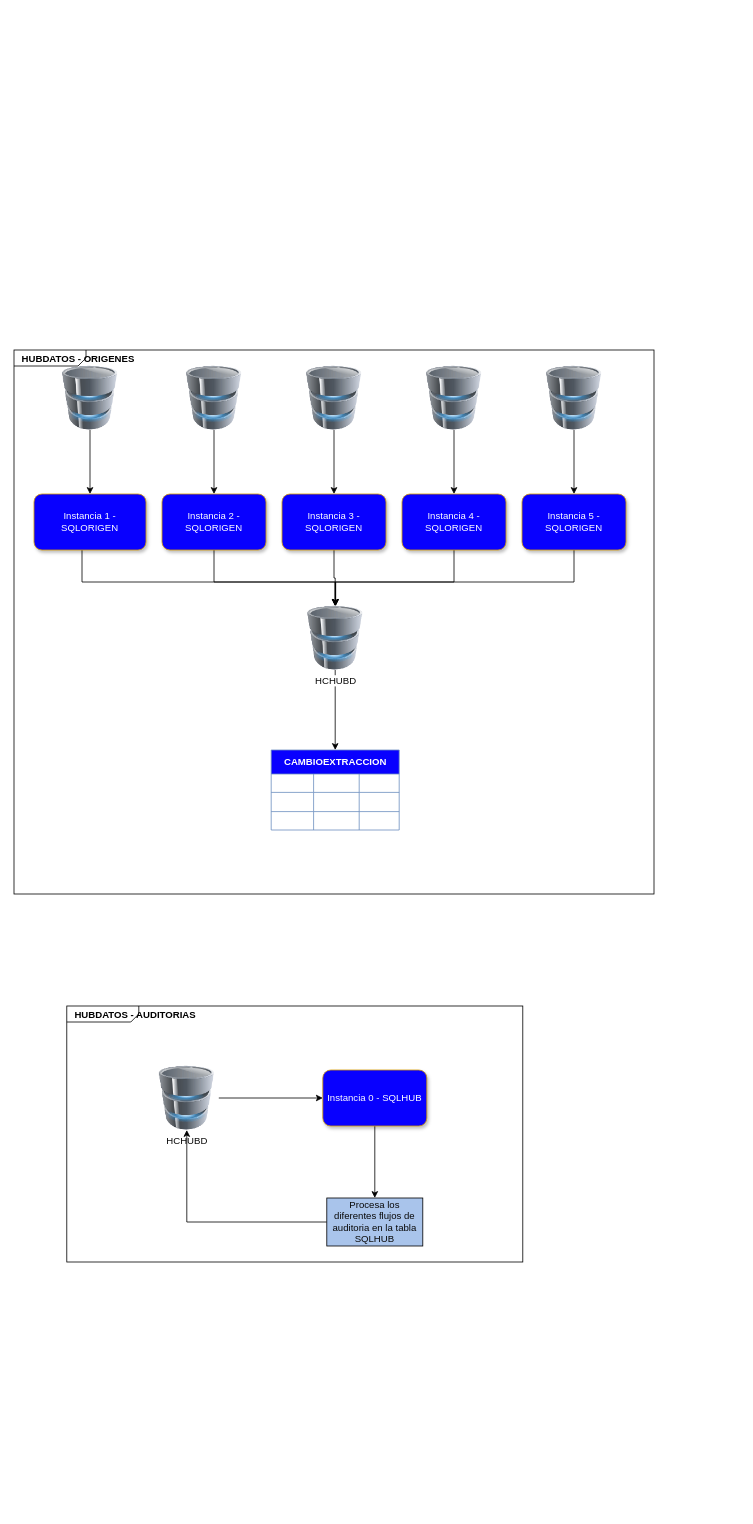
This is HUBDATOS_V1.drawio from darkarand92/Diagramas-Integracion, a draw.io file, before an edit. Source tidied: cells renumbered, new cells numbered last; positions are measured from the earlier drawing's top-left corner, leaving out a move shared by most shapes. Both pictures are drawn from the tidied source at 80%, with x=0, y=0 at pixel (14, 350).
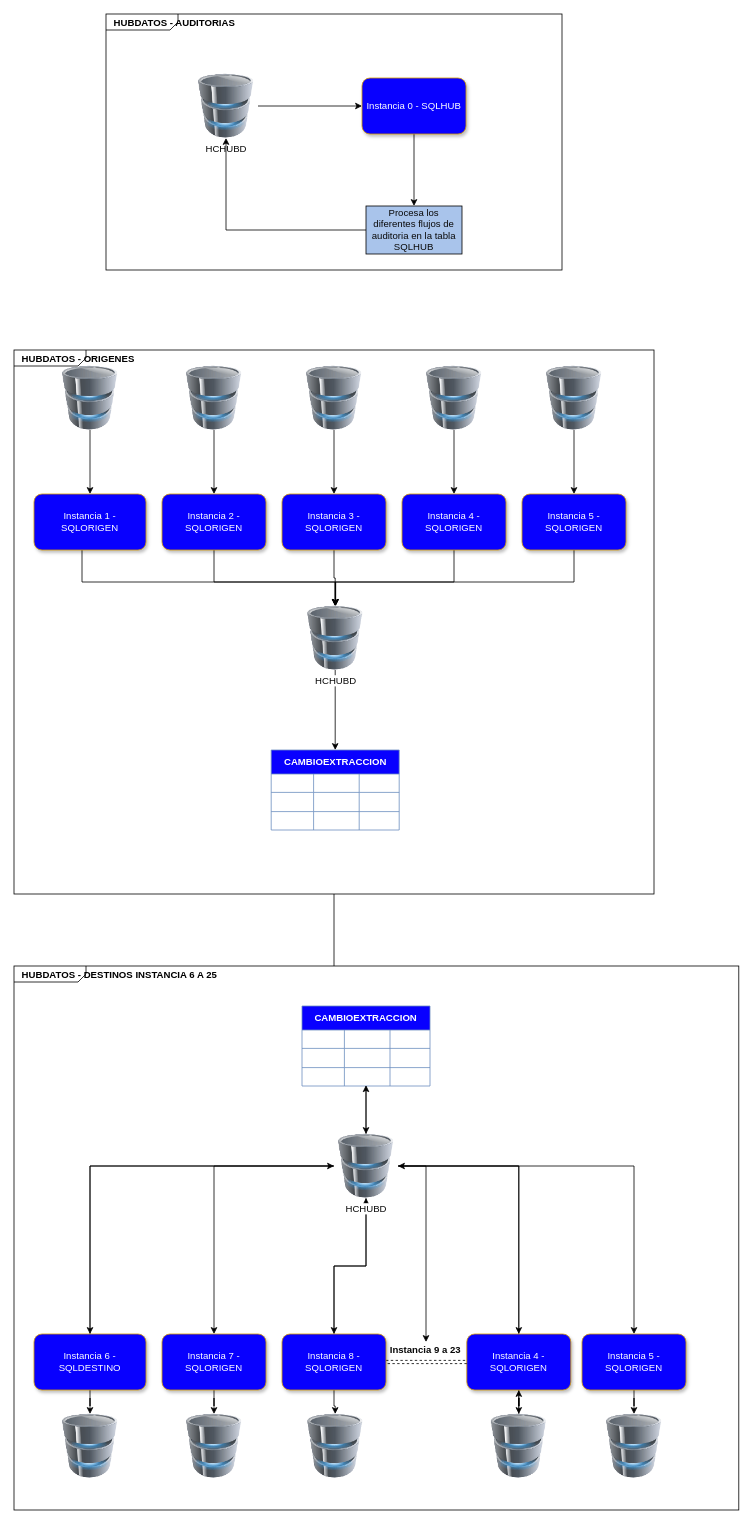
Above is the later version.

The change refers to these unchanged cells:
```xml
<mxCell id="2" value="&lt;p style=&quot;margin: 0px ; margin-top: 4px ; margin-left: 10px ; text-align: left&quot;&gt;&lt;b&gt;HUBDATOS - ORIGENES&lt;/b&gt;&lt;/p&gt;&lt;p style=&quot;margin: 0px ; margin-top: 4px ; margin-left: 10px ; text-align: left&quot;&gt;&lt;b&gt;&lt;br&gt;&lt;/b&gt;&lt;/p&gt;" style="html=1;shape=mxgraph.sysml.package;xSize=90;align=left;spacingLeft=10;overflow=fill;strokeWidth=1;" parent="1" vertex="1">
  <mxGeometry width="800" height="680" as="geometry" />
</mxCell>
```

The edit, as a diff of the source:
```diff
@@
+    <mxCell id="45" style="edgeStyle=orthogonalEdgeStyle;rounded=0;jettySize=auto;html=1;fontColor=#0A0A0A;" parent="1" edge="1" source="2" target="84">
+      <mxGeometry relative="1" as="geometry" />
+    </mxCell>
@@
     <mxCell id="28" value="&lt;p style=&quot;margin: 0px ; margin-top: 4px ; margin-left: 10px ; text-align: left&quot;&gt;&lt;b&gt;HUBDATOS - AUDITORIAS&lt;/b&gt;&lt;/p&gt;&lt;p style=&quot;margin: 0px ; margin-top: 4px ; margin-left: 10px ; text-align: left&quot;&gt;&lt;b&gt;&lt;br&gt;&lt;/b&gt;&lt;/p&gt;" style="html=1;shape=mxgraph.sysml.package;xSize=90;align=left;spacingLeft=10;overflow=fill;strokeWidth=1;" parent="1" vertex="1">
-      <mxGeometry x="66" y="820" width="570" height="320" as="geometry" />
+      <mxGeometry x="115" y="-420" width="570" height="320" as="geometry" />
     </mxCell>
@@
     <mxCell id="30" value="&lt;font color=&quot;#ffffff&quot;&gt;Instancia 0 - SQLHUB&lt;/font&gt;" style="html=1;outlineConnect=0;whiteSpace=wrap;shape=mxgraph.archimate3.application;archiType=rounded;strokeColor=#d79b00;sketch=0;shadow=1;fillColor=#0800FF;" parent="1" vertex="1">
-      <mxGeometry x="386" y="900" width="130" height="70" as="geometry" />
+      <mxGeometry x="435" y="-340" width="130" height="70" as="geometry" />
     </mxCell>
@@
     <mxCell id="42" value="HCHUBD" style="image;html=1;image=img/lib/clip_art/computers/Database_128x128.png;fillColor=#0800FF;gradientColor=#0800FF;fontColor=#0A0A0A;" parent="1" vertex="1">
-      <mxGeometry x="176" y="895" width="80" height="80" as="geometry" />
+      <mxGeometry x="225" y="-345" width="80" height="80" as="geometry" />
     </mxCell>
@@
     <mxCell id="44" value="&lt;span&gt;Procesa los diferentes flujos de auditoria en la tabla SQLHUB&lt;/span&gt;" style="rounded=0;whiteSpace=wrap;html=1;fontColor=#0A0A0A;gradientColor=#A9C4EB;fillColor=#A9C4EB;" parent="1" vertex="1">
-      <mxGeometry x="391" y="1060" width="120" height="60" as="geometry" />
+      <mxGeometry x="440" y="-180" width="120" height="60" as="geometry" />
     </mxCell>
+    <mxCell id="46" value="&lt;p style=&quot;margin: 0px ; margin-top: 4px ; margin-left: 10px ; text-align: left&quot;&gt;&lt;b&gt;HUBDATOS - DESTINOS INSTANCIA 6 A 25&lt;/b&gt;&lt;/p&gt;&lt;p style=&quot;margin: 0px ; margin-top: 4px ; margin-left: 10px ; text-align: left&quot;&gt;&lt;b&gt;&lt;br&gt;&lt;/b&gt;&lt;/p&gt;" style="html=1;shape=mxgraph.sysml.package;xSize=90;align=left;spacingLeft=10;overflow=fill;strokeWidth=1;" parent="1" vertex="1">
+      <mxGeometry y="770" width="906" height="680" as="geometry" />
+    </mxCell>
+    <mxCell id="47" style="edgeStyle=orthogonalEdgeStyle;rounded=0;jettySize=auto;html=1;fontColor=#0A0A0A;" parent="1" edge="1" source="49" target="88">
+      <mxGeometry relative="1" as="geometry" />
+    </mxCell>
+    <mxCell id="48" style="edgeStyle=orthogonalEdgeStyle;rounded=0;jettySize=auto;html=1;entryX=0;entryY=0.5;entryDx=0;entryDy=0;fontColor=#0A0A0A;" parent="1" edge="1" source="49" target="82">
+      <mxGeometry relative="1" as="geometry">
+        <Array as="points">
+          <mxPoint x="95" y="1020" />
+        </Array>
+      </mxGeometry>
+    </mxCell>
+    <mxCell id="49" value="&lt;font color=&quot;#ffffff&quot;&gt;Instancia 6 - SQLDESTINO&lt;/font&gt;" style="html=1;outlineConnect=0;whiteSpace=wrap;shape=mxgraph.archimate3.application;archiType=rounded;strokeColor=#d79b00;sketch=0;shadow=1;fillColor=#0800FF;" parent="1" vertex="1">
+      <mxGeometry x="25" y="1230" width="140" height="70" as="geometry" />
+    </mxCell>
+    <mxCell id="50" style="edgeStyle=orthogonalEdgeStyle;rounded=0;jettySize=auto;html=1;fontColor=#0A0A0A;" parent="1" edge="1" source="52" target="86">
+      <mxGeometry relative="1" as="geometry" />
+    </mxCell>
+    <mxCell id="51" style="edgeStyle=orthogonalEdgeStyle;rounded=0;jettySize=auto;html=1;entryX=1;entryY=0.5;entryDx=0;entryDy=0;fontColor=#0A0A0A;" parent="1" edge="1" source="52" target="82">
+      <mxGeometry relative="1" as="geometry">
+        <Array as="points">
+          <mxPoint x="631" y="1020" />
+        </Array>
+      </mxGeometry>
+    </mxCell>
+    <mxCell id="52" value="&lt;span style=&quot;color: rgb(255 , 255 , 255)&quot;&gt;Instancia 4 - SQLORIGEN&lt;/span&gt;" style="html=1;outlineConnect=0;whiteSpace=wrap;shape=mxgraph.archimate3.application;archiType=rounded;strokeColor=#d79b00;sketch=0;shadow=1;fillColor=#0800FF;" parent="1" vertex="1">
+      <mxGeometry x="566" y="1230" width="130" height="70" as="geometry" />
+    </mxCell>
+    <mxCell id="53" style="edgeStyle=orthogonalEdgeStyle;rounded=0;jettySize=auto;html=1;entryX=0.5;entryY=0;entryDx=0;entryDy=0;fontColor=#0A0A0A;" parent="1" edge="1" source="56" target="84">
+      <mxGeometry relative="1" as="geometry" />
+    </mxCell>
+    <mxCell id="54" style="edgeStyle=orthogonalEdgeStyle;rounded=0;jettySize=auto;html=1;fontColor=#0A0A0A;shape=link;dashed=1;" parent="1" edge="1" source="56" target="52">
+      <mxGeometry relative="1" as="geometry" />
+    </mxCell>
+    <mxCell id="55" style="edgeStyle=orthogonalEdgeStyle;rounded=0;jettySize=auto;html=1;entryX=0.5;entryY=1;entryDx=0;entryDy=0;fontColor=#0A0A0A;" parent="1" edge="1" source="56" target="82">
+      <mxGeometry relative="1" as="geometry" />
+    </mxCell>
+    <mxCell id="56" value="&lt;span style=&quot;color: rgb(255 , 255 , 255)&quot;&gt;Instancia 8 - SQLORIGEN&lt;/span&gt;" style="html=1;outlineConnect=0;whiteSpace=wrap;shape=mxgraph.archimate3.application;archiType=rounded;strokeColor=#d79b00;sketch=0;shadow=1;fillColor=#0800FF;" parent="1" vertex="1">
+      <mxGeometry x="335" y="1230" width="130" height="70" as="geometry" />
+    </mxCell>
+    <mxCell id="57" style="edgeStyle=orthogonalEdgeStyle;rounded=0;jettySize=auto;html=1;fontColor=#0A0A0A;" parent="1" edge="1" source="58" target="83">
+      <mxGeometry relative="1" as="geometry" />
+    </mxCell>
+    <mxCell id="58" value="&lt;span style=&quot;color: rgb(255 , 255 , 255)&quot;&gt;Instancia 7 - SQLORIGEN&lt;/span&gt;" style="html=1;outlineConnect=0;whiteSpace=wrap;shape=mxgraph.archimate3.application;archiType=rounded;strokeColor=#d79b00;sketch=0;shadow=1;fillColor=#0800FF;" parent="1" vertex="1">
+      <mxGeometry x="185" y="1230" width="130" height="70" as="geometry" />
+    </mxCell>
+    <mxCell id="59" style="edgeStyle=orthogonalEdgeStyle;rounded=0;jettySize=auto;html=1;fontColor=#0A0A0A;" parent="1" edge="1" source="60" target="87">
+      <mxGeometry relative="1" as="geometry" />
+    </mxCell>
+    <mxCell id="60" value="&lt;span style=&quot;color: rgb(255 , 255 , 255)&quot;&gt;Instancia 5 - SQLORIGEN&lt;/span&gt;" style="html=1;outlineConnect=0;whiteSpace=wrap;shape=mxgraph.archimate3.application;archiType=rounded;strokeColor=#d79b00;sketch=0;shadow=1;fillColor=#0800FF;" parent="1" vertex="1">
+      <mxGeometry x="710" y="1230" width="130" height="70" as="geometry" />
+    </mxCell>
+    <mxCell id="61" style="edgeStyle=orthogonalEdgeStyle;rounded=0;jettySize=auto;html=1;fontColor=#0A0A0A;" parent="1" edge="1" source="62" target="82">
+      <mxGeometry relative="1" as="geometry" />
+    </mxCell>
+    <mxCell id="62" value="CAMBIOEXTRACCION" style="shape=table;html=1;whiteSpace=wrap;startSize=30;childLayout=tableLayout;fontStyle=1;align=center;strokeColor=#6c8ebf;gradientColor=#0800FF;fillColor=#0800FF;fontColor=#FFFFFF;" parent="1" vertex="1">
+      <mxGeometry x="360" y="820" width="160" height="100" as="geometry" />
+    </mxCell>
+    <mxCell id="63" style="shape=partialRectangle;html=1;whiteSpace=wrap;fillColor=none;top=0;left=0;bottom=0;right=0;" parent="62" vertex="1">
+      <mxGeometry y="30" width="160" height="23" as="geometry" />
+    </mxCell>
+    <mxCell id="64" style="shape=partialRectangle;html=1;whiteSpace=wrap;fillColor=none;top=0;left=0;bottom=0;right=0;overflow=hidden;" parent="63" vertex="1">
+      <mxGeometry width="53" height="23" as="geometry" />
+    </mxCell>
+    <mxCell id="65" style="shape=partialRectangle;html=1;whiteSpace=wrap;fillColor=none;top=0;left=0;bottom=0;right=0;overflow=hidden;" parent="63" vertex="1">
+      <mxGeometry x="53" width="57" height="23" as="geometry" />
+    </mxCell>
+    <mxCell id="66" style="shape=partialRectangle;html=1;whiteSpace=wrap;fillColor=none;top=0;left=0;bottom=0;right=0;overflow=hidden;" parent="63" vertex="1">
+      <mxGeometry x="110" width="50" height="23" as="geometry" />
+    </mxCell>
+    <mxCell id="67" style="shape=partialRectangle;html=1;whiteSpace=wrap;fillColor=none;top=0;left=0;bottom=0;right=0;" parent="62" vertex="1">
+      <mxGeometry y="53" width="160" height="24" as="geometry" />
+    </mxCell>
+    <mxCell id="68" style="shape=partialRectangle;html=1;whiteSpace=wrap;fillColor=none;top=0;left=0;bottom=0;right=0;overflow=hidden;" parent="67" vertex="1">
+      <mxGeometry width="53" height="24" as="geometry" />
+    </mxCell>
+    <mxCell id="69" style="shape=partialRectangle;html=1;whiteSpace=wrap;fillColor=none;top=0;left=0;bottom=0;right=0;overflow=hidden;" parent="67" vertex="1">
+      <mxGeometry x="53" width="57" height="24" as="geometry" />
+    </mxCell>
+    <mxCell id="70" style="shape=partialRectangle;html=1;whiteSpace=wrap;fillColor=none;top=0;left=0;bottom=0;right=0;overflow=hidden;" parent="67" vertex="1">
+      <mxGeometry x="110" width="50" height="24" as="geometry" />
+    </mxCell>
+    <mxCell id="71" style="shape=partialRectangle;html=1;whiteSpace=wrap;fillColor=none;top=0;left=0;bottom=0;right=0;points=[[0,0.5],[1,0.5]];portConstraint=eastwest;" parent="62" vertex="1">
+      <mxGeometry y="77" width="160" height="23" as="geometry" />
+    </mxCell>
+    <mxCell id="72" style="shape=partialRectangle;html=1;whiteSpace=wrap;fillColor=none;top=0;left=0;bottom=0;right=0;overflow=hidden;" parent="71" vertex="1">
+      <mxGeometry width="53" height="23" as="geometry" />
+    </mxCell>
+    <mxCell id="73" style="shape=partialRectangle;html=1;whiteSpace=wrap;fillColor=none;top=0;left=0;bottom=0;right=0;overflow=hidden;" parent="71" vertex="1">
+      <mxGeometry x="53" width="57" height="23" as="geometry" />
+    </mxCell>
+    <mxCell id="74" style="shape=partialRectangle;html=1;whiteSpace=wrap;fillColor=none;top=0;left=0;bottom=0;right=0;overflow=hidden;" parent="71" vertex="1">
+      <mxGeometry x="110" width="50" height="23" as="geometry" />
+    </mxCell>
+    <mxCell id="75" style="edgeStyle=orthogonalEdgeStyle;rounded=0;jettySize=auto;html=1;entryX=0.5;entryY=0.957;entryDx=0;entryDy=0;entryPerimeter=0;fontColor=#0A0A0A;" parent="1" edge="1" source="82" target="71">
+      <mxGeometry relative="1" as="geometry" />
+    </mxCell>
+    <mxCell id="76" style="edgeStyle=orthogonalEdgeStyle;rounded=0;jettySize=auto;html=1;fontColor=#0A0A0A;" parent="1" edge="1" source="82" target="49">
+      <mxGeometry relative="1" as="geometry" />
+    </mxCell>
+    <mxCell id="77" style="edgeStyle=orthogonalEdgeStyle;rounded=0;jettySize=auto;html=1;fontColor=#0A0A0A;" parent="1" edge="1" source="82" target="58">
+      <mxGeometry relative="1" as="geometry" />
+    </mxCell>
+    <mxCell id="78" style="edgeStyle=orthogonalEdgeStyle;rounded=0;jettySize=auto;html=1;fontColor=#0A0A0A;" parent="1" edge="1" source="82" target="56">
+      <mxGeometry relative="1" as="geometry">
+        <Array as="points">
+          <mxPoint x="440" y="1145" />
+          <mxPoint x="400" y="1145" />
+        </Array>
+      </mxGeometry>
+    </mxCell>
+    <mxCell id="79" style="edgeStyle=orthogonalEdgeStyle;rounded=0;jettySize=auto;html=1;fontColor=#0A0A0A;" parent="1" edge="1" source="82" target="52">
+      <mxGeometry relative="1" as="geometry" />
+    </mxCell>
+    <mxCell id="80" style="edgeStyle=orthogonalEdgeStyle;rounded=0;jettySize=auto;html=1;fontColor=#0A0A0A;" parent="1" edge="1" source="82" target="60">
+      <mxGeometry relative="1" as="geometry" />
+    </mxCell>
+    <mxCell id="81" style="edgeStyle=orthogonalEdgeStyle;rounded=0;jettySize=auto;html=1;fontColor=#0A0A0A;" parent="1" edge="1" source="82" target="89">
+      <mxGeometry relative="1" as="geometry">
+        <Array as="points">
+          <mxPoint x="515" y="1020" />
+        </Array>
+      </mxGeometry>
+    </mxCell>
+    <mxCell id="82" value="HCHUBD" style="image;html=1;image=img/lib/clip_art/computers/Database_128x128.png;fillColor=#0800FF;gradientColor=#0800FF;fontColor=#0A0A0A;" parent="1" vertex="1">
+      <mxGeometry x="400" y="980" width="80" height="80" as="geometry" />
+    </mxCell>
+    <mxCell id="83" style="image;html=1;image=img/lib/clip_art/computers/Database_128x128.png;fillColor=#0800FF;gradientColor=#0800FF;fontColor=#0A0A0A;" parent="1" vertex="1">
+      <mxGeometry x="210" y="1330" width="80" height="80" as="geometry" />
+    </mxCell>
+    <mxCell id="84" style="image;html=1;image=img/lib/clip_art/computers/Database_128x128.png;fillColor=#0800FF;gradientColor=#0800FF;fontColor=#0A0A0A;" parent="1" vertex="1">
+      <mxGeometry x="361.5" y="1330" width="80" height="80" as="geometry" />
+    </mxCell>
+    <mxCell id="85" style="edgeStyle=orthogonalEdgeStyle;rounded=0;jettySize=auto;html=1;fontColor=#0A0A0A;" parent="1" edge="1" source="86" target="52">
+      <mxGeometry relative="1" as="geometry" />
+    </mxCell>
+    <mxCell id="86" style="image;html=1;image=img/lib/clip_art/computers/Database_128x128.png;fillColor=#0800FF;gradientColor=#0800FF;fontColor=#0A0A0A;" parent="1" vertex="1">
+      <mxGeometry x="591" y="1330" width="80" height="80" as="geometry" />
+    </mxCell>
+    <mxCell id="87" style="image;html=1;image=img/lib/clip_art/computers/Database_128x128.png;fillColor=#0800FF;gradientColor=#0800FF;fontColor=#0A0A0A;" parent="1" vertex="1">
+      <mxGeometry x="735" y="1330" width="80" height="80" as="geometry" />
+    </mxCell>
+    <mxCell id="88" style="image;html=1;image=img/lib/clip_art/computers/Database_128x128.png;fillColor=#0800FF;gradientColor=#0800FF;fontColor=#0A0A0A;" parent="1" vertex="1">
+      <mxGeometry x="55" y="1330" width="80" height="80" as="geometry" />
+    </mxCell>
+    <mxCell id="89" value="Instancia 9 a 23" style="text;html=1;strokeColor=none;fillColor=none;align=center;verticalAlign=middle;whiteSpace=wrap;rounded=0;fontColor=#0A0A0A;fontStyle=1;" parent="1" vertex="1">
+      <mxGeometry x="469" y="1240" width="91" height="20" as="geometry" />
+    </mxCell>
```
